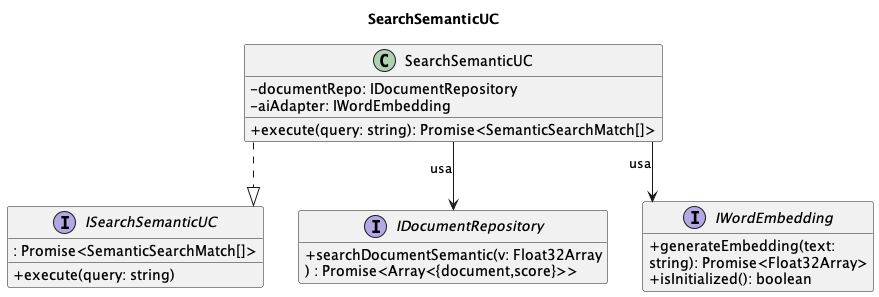
Before: out/3_PB/DocumentiEsterni/DiagrammiSpecificaTecnica/C4/C4_backend_Search/C4_backend_Search-4.png, a diagram exported from PlantUML (7-ZPUs/Docs). The source it was exported from:
```plantuml
@startuml
title SearchSemanticUC

skinparam classAttributeIconSize 0
skinparam linetype ortho
hide empty members

interface ISearchSemanticUC {
    + execute(query: string)
    : Promise<SemanticSearchMatch[]>
}
class SearchSemanticUC {
    - documentRepo: IDocumentRepository
    - aiAdapter: IWordEmbedding
    + execute(query: string): Promise<SemanticSearchMatch[]>
}
interface IDocumentRepository {
    + searchDocumentSemantic(v: Float32Array
    ) : Promise<Array<{document,score}>>
}
interface IWordEmbedding {
    + generateEmbedding(text:
    string): Promise<Float32Array>
    + isInitialized(): boolean
}

SearchSemanticUC ..|> ISearchSemanticUC
SearchSemanticUC --> IDocumentRepository : usa
SearchSemanticUC --> IWordEmbedding      : usa

@enduml
```
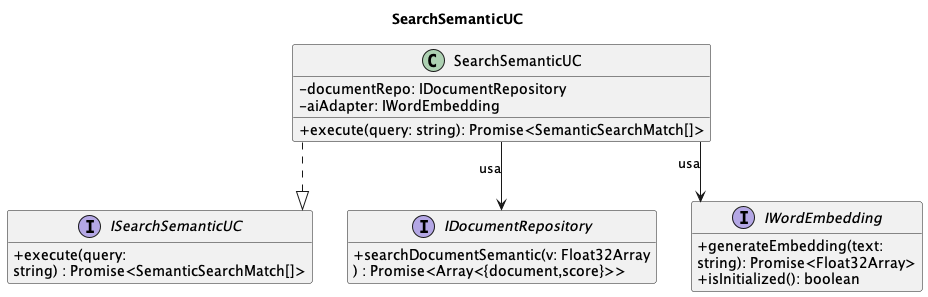
The same diagram one commit later.

The edit, as a diff of the source:
```diff
@@ -6,8 +6,8 @@
 hide empty members
 
 interface ISearchSemanticUC {
-    + execute(query: string)
-    : Promise<SemanticSearchMatch[]>
+    + execute(query:
+    string) : Promise<SemanticSearchMatch[]>
 }
 class SearchSemanticUC {
     - documentRepo: IDocumentRepository
```
